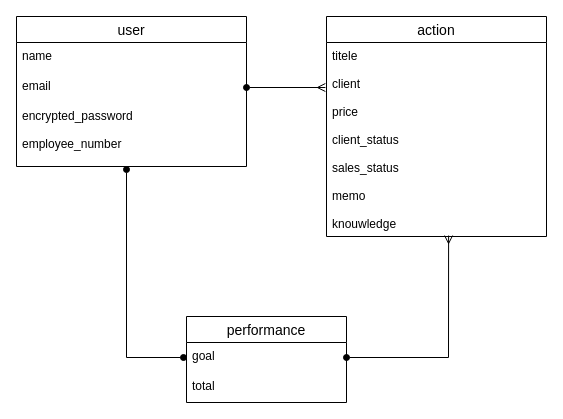
This is urican.dio from sayaka-ando/urican_app, a draw.io file, before an edit. Source tidied: cells renumbered, new cells numbered last; positions are measured from the earlier drawing's top-left corner, leaving out a move shared by most shapes. Both pictures are drawn from the tidied source at 100%, with x=0, y=0 at pixel (16, 16).
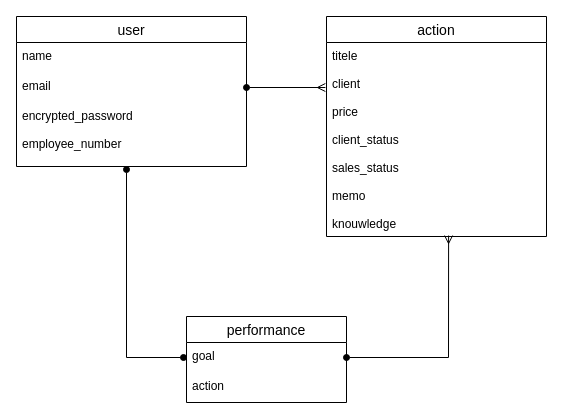
The same page after the edit.

Diff of the diagram source:
```diff
@@
 <mxGraphModel>
   <root>
     <mxCell id="0" />
     <mxCell id="1" parent="0" />
     <mxCell id="2" value="user" style="swimlane;fontStyle=0;horizontal=1;startSize=26;align=center;fontSize=14;" parent="1" vertex="1">
       <mxGeometry width="230" height="150" as="geometry" />
     </mxCell>
     <mxCell id="3" value="name&#10;" style="text;strokeColor=none;fillColor=none;spacingLeft=4;spacingRight=4;overflow=hidden;fontSize=12;" parent="2" vertex="1">
       <mxGeometry y="26" width="230" height="30" as="geometry" />
     </mxCell>
     <mxCell id="4" value="email&#10;" style="text;strokeColor=none;fillColor=none;spacingLeft=4;spacingRight=4;overflow=hidden;points=[[0,0.5],[1,0.5]];portConstraint=eastwest;fontSize=12;" parent="2" vertex="1">
       <mxGeometry y="56" width="230" height="30" as="geometry" />
     </mxCell>
     <mxCell id="5" value="encrypted_password&#10;&#10;employee_number" style="text;strokeColor=none;fillColor=none;spacingLeft=4;spacingRight=4;overflow=hidden;fontSize=12;" parent="2" vertex="1">
       <mxGeometry y="86" width="230" height="64" as="geometry" />
     </mxCell>
     <mxCell id="6" value="action" style="swimlane;fontStyle=0;horizontal=1;startSize=26;align=center;fontSize=14;" parent="1" vertex="1">
       <mxGeometry x="310" width="220" height="220" as="geometry" />
     </mxCell>
     <mxCell id="7" value="titele&#10;&#10;client&#10;&#10;price&#10;&#10;client_status&#10;&#10;sales_status&#10;&#10;memo&#10;&#10;knouwledge" style="text;strokeColor=none;fillColor=none;spacingLeft=4;spacingRight=4;overflow=hidden;points=[[0,0.5],[1,0.5]];portConstraint=eastwest;fontSize=12;" parent="6" vertex="1">
       <mxGeometry y="26" width="220" height="194" as="geometry" />
     </mxCell>
     <mxCell id="8" value="performance" style="swimlane;fontStyle=0;horizontal=1;startSize=26;align=center;fontSize=14;" parent="1" vertex="1">
       <mxGeometry x="170" y="300" width="160" height="86" as="geometry" />
     </mxCell>
     <mxCell id="9" value="goal" style="text;strokeColor=none;fillColor=none;spacingLeft=4;spacingRight=4;overflow=hidden;points=[[0,0.5],[1,0.5]];portConstraint=eastwest;fontSize=12;" parent="8" vertex="1">
       <mxGeometry y="26" width="160" height="30" as="geometry" />
     </mxCell>
-    <mxCell id="10" value="total" style="text;strokeColor=none;fillColor=none;spacingLeft=4;spacingRight=4;overflow=hidden;fontSize=12;" parent="8" vertex="1">
+    <mxCell id="10" value="action" style="text;strokeColor=none;fillColor=none;spacingLeft=4;spacingRight=4;overflow=hidden;fontSize=12;" parent="8" vertex="1">
       <mxGeometry y="56" width="160" height="30" as="geometry" />
     </mxCell>
     <mxCell id="11" style="rounded=0;jettySize=auto;html=1;exitX=1;exitY=0.5;exitDx=0;exitDy=0;entryX=-0.005;entryY=0.232;entryDx=0;entryDy=0;entryPerimeter=0;startArrow=oval;startFill=1;endArrow=ERmany;endFill=0;" parent="1" edge="1" source="4" target="7">
       <mxGeometry relative="1" as="geometry" />
     </mxCell>
     <mxCell id="12" style="endArrow=oval;html=1;rounded=0;endFill=1;startArrow=oval;startFill=1;" parent="1" edge="1">
       <mxGeometry relative="1" as="geometry">
         <mxPoint x="110" y="153" as="sourcePoint" />
         <mxPoint x="167" y="341" as="targetPoint" />
         <Array as="points">
           <mxPoint x="110" y="341" />
         </Array>
       </mxGeometry>
     </mxCell>
     <mxCell id="13" style="edgeStyle=none;rounded=0;jettySize=auto;html=1;exitX=1;exitY=0.5;exitDx=0;exitDy=0;entryX=0.555;entryY=0.995;entryDx=0;entryDy=0;entryPerimeter=0;startArrow=oval;startFill=1;endArrow=ERmany;endFill=0;" parent="1" edge="1" source="9" target="7">
       <mxGeometry relative="1" as="geometry">
         <Array as="points">
           <mxPoint x="432" y="341" />
         </Array>
       </mxGeometry>
     </mxCell>
   </root>
 </mxGraphModel>
```
